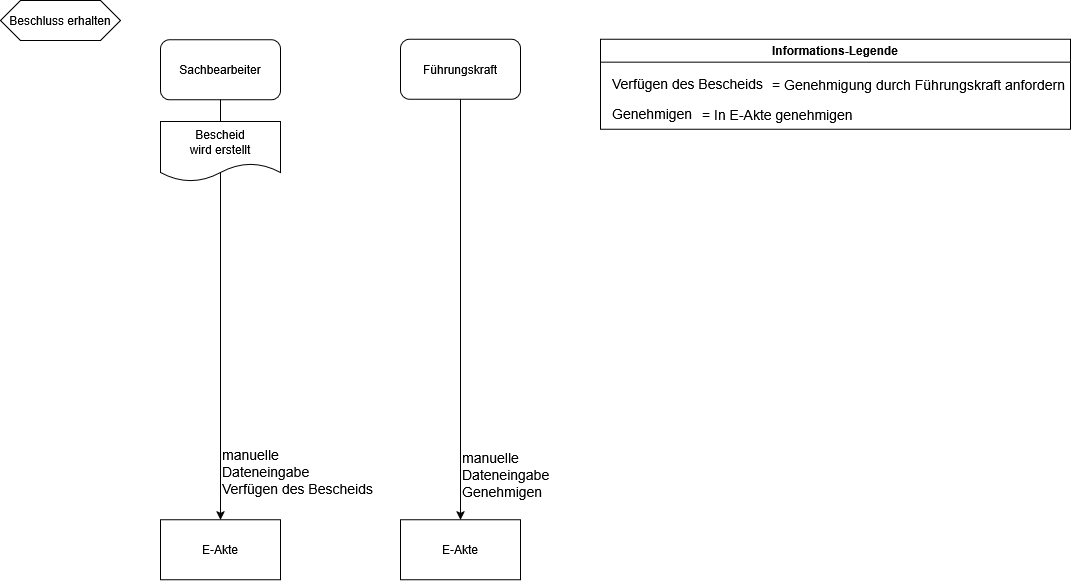
it-at-m/stadtbezirksbudget keeps this draw.io diagram as docs/src/about/dataflow-diagram/Angenommen-state.png. Above is the earlier version. Source tidied: cells renumbered, new cells last; positions are measured from the earlier drawing's top-left corner, leaving out a move shared by most shapes.
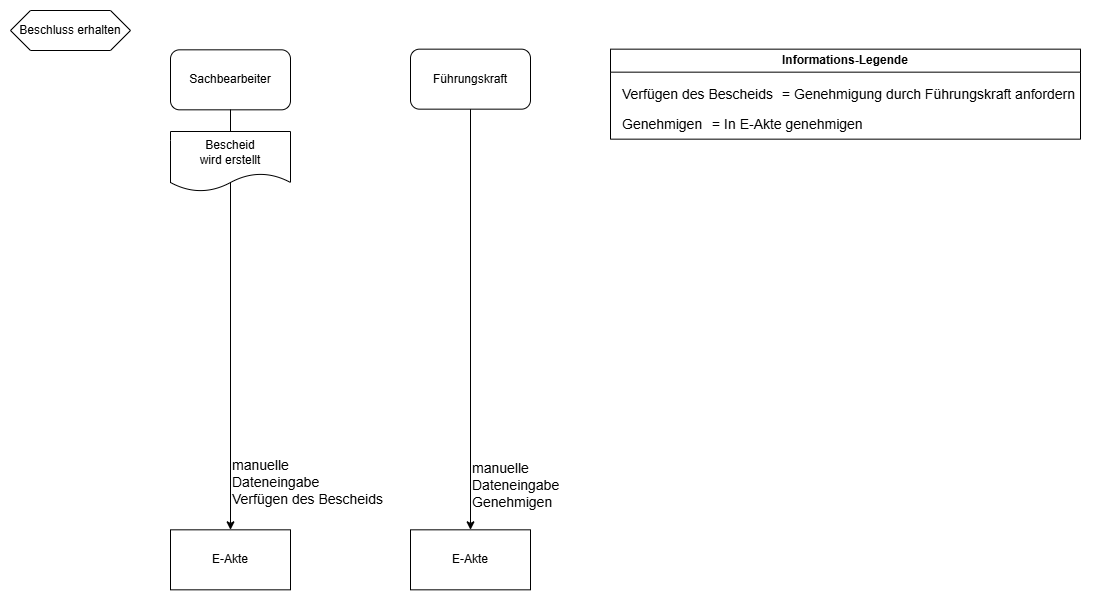
After the commit.

Commit message:
:memo: Fix image border

Change to the diagram source:
```diff
@@ -26,12 +26,12 @@
     <mxCell id="9" value="E-Akte" style="rounded=0;whiteSpace=wrap;html=1;" parent="1" vertex="1">
       <mxGeometry x="160" y="519.3" width="120" height="60" as="geometry" />
     </mxCell>
-    <mxCell id="10" style="endArrow=classic;html=1;rounded=0;exitX=0.5;exitY=1;exitDx=0;exitDy=0;" parent="1" edge="1">
-      <mxGeometry relative="1" as="geometry">
-        <mxPoint x="220" y="99" as="sourcePoint" />
-        <mxPoint x="220" y="519.3" as="targetPoint" />
-      </mxGeometry>
-    </mxCell>
+    <mxCell id="17" style="endArrow=classic;html=1;rounded=0;exitX=0.5;exitY=1;exitDx=0;exitDy=0;" parent="1" edge="1">
+      <mxGeometry relative="1" as="geometry">
+        <mxPoint x="220" y="99" as="sourcePoint" />
+        <mxPoint x="220" y="519.3" as="targetPoint" />
+      </mxGeometry>
+    </mxCell>
     <mxCell id="11" value="&lt;div&gt;&lt;font style=&quot;font-size: 14px;&quot;&gt;manuelle&lt;br&gt;&lt;/font&gt;&lt;/div&gt;&lt;div&gt;&lt;font style=&quot;font-size: 14px;&quot;&gt;Dateneingabe&lt;/font&gt;&lt;/div&gt;&lt;div&gt;&lt;font style=&quot;font-size: 14px;&quot;&gt;Verfügen des Bescheids&lt;/font&gt;&lt;/div&gt;" style="text;whiteSpace=wrap;html=1;" parent="1" vertex="1">
       <mxGeometry x="220" y="440" width="170" height="50" as="geometry" />
     </mxCell>
@@ -50,5 +50,8 @@
     <mxCell id="16" value="Bescheid&lt;div&gt;wird erstellt&lt;/div&gt;" style="shape=document;whiteSpace=wrap;html=1;boundedLbl=1;" parent="1" vertex="1">
       <mxGeometry x="160" y="121" width="120" height="60" as="geometry" />
     </mxCell>
+    <mxCell id="18" style="rounded=0;whiteSpace=wrap;html=1;fillColor=none;strokeColor=none;" parent="1" vertex="1">
+      <mxGeometry x="-10" y="-10" width="1090" height="600" as="geometry" />
+    </mxCell>
   </root>
 </mxGraphModel>
```
